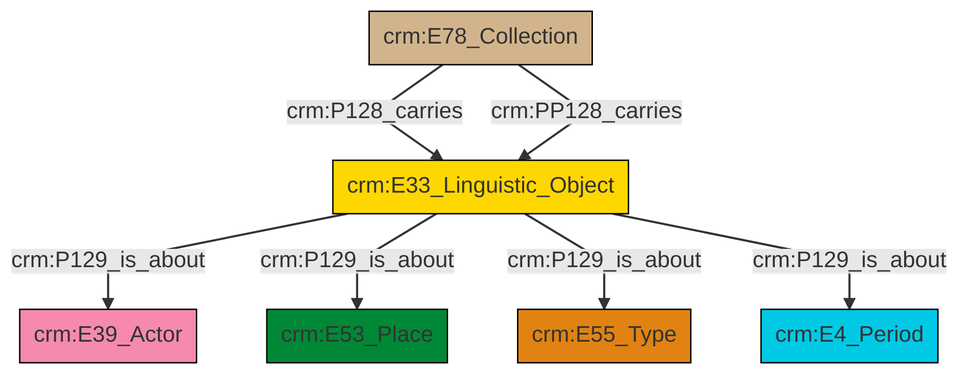
Earlier version of the Mermaid export et/archivalCSV/ttl/mmd/png/archival_aboutness.png (swiss-art-research-net/docs.swissartresearch). Its source is kept beside it as et/archivalCSV/ttl/mmd/archival_aboutness.ttl.mmd.
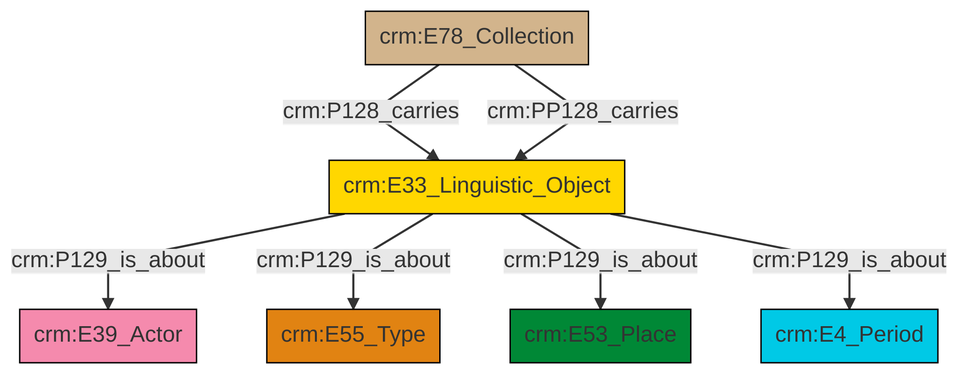
Above is the later version.

The edit, as a diff of the source:
```diff
@@ -13,9 +13,9 @@
 classDef PC_Classes fill:#4ce600, stroke:#000000;
 classDef Multi fill:#cccccc,stroke:#000000;
 
-0["crm:E33_Linguistic_Object"]:::Conceptual_Object -->|crm:P129_is_about| 1["crm:E39_Actor"]:::Actor
-0["crm:E33_Linguistic_Object"]:::Conceptual_Object -->|crm:P129_is_about| 6["crm:E53_Place"]:::Place
-0["crm:E33_Linguistic_Object"]:::Conceptual_Object -->|crm:P129_is_about| 4["crm:E55_Type"]:::Type
-9["crm:E78_Collection"]:::Physical_Thing -->|crm:P128_carries| 0["crm:E33_Linguistic_Object"]:::Conceptual_Object
-0["crm:E33_Linguistic_Object"]:::Conceptual_Object -->|crm:P129_is_about| 7["crm:E4_Period"]:::Temporal_Entity
-9["crm:E78_Collection"]:::Physical_Thing -->|crm:PP128_carries| 0["crm:E33_Linguistic_Object"]:::Conceptual_Object
+2["crm:E33_Linguistic_Object"]:::Conceptual_Object -->|crm:P129_is_about| 3["crm:E39_Actor"]:::Actor
+0["crm:E78_Collection"]:::Physical_Thing -->|crm:P128_carries| 2["crm:E33_Linguistic_Object"]:::Conceptual_Object
+2["crm:E33_Linguistic_Object"]:::Conceptual_Object -->|crm:P129_is_about| 4["crm:E55_Type"]:::Type
+0["crm:E78_Collection"]:::Physical_Thing -->|crm:PP128_carries| 2["crm:E33_Linguistic_Object"]:::Conceptual_Object
+2["crm:E33_Linguistic_Object"]:::Conceptual_Object -->|crm:P129_is_about| 9["crm:E53_Place"]:::Place
+2["crm:E33_Linguistic_Object"]:::Conceptual_Object -->|crm:P129_is_about| 6["crm:E4_Period"]:::Temporal_Entity
```
